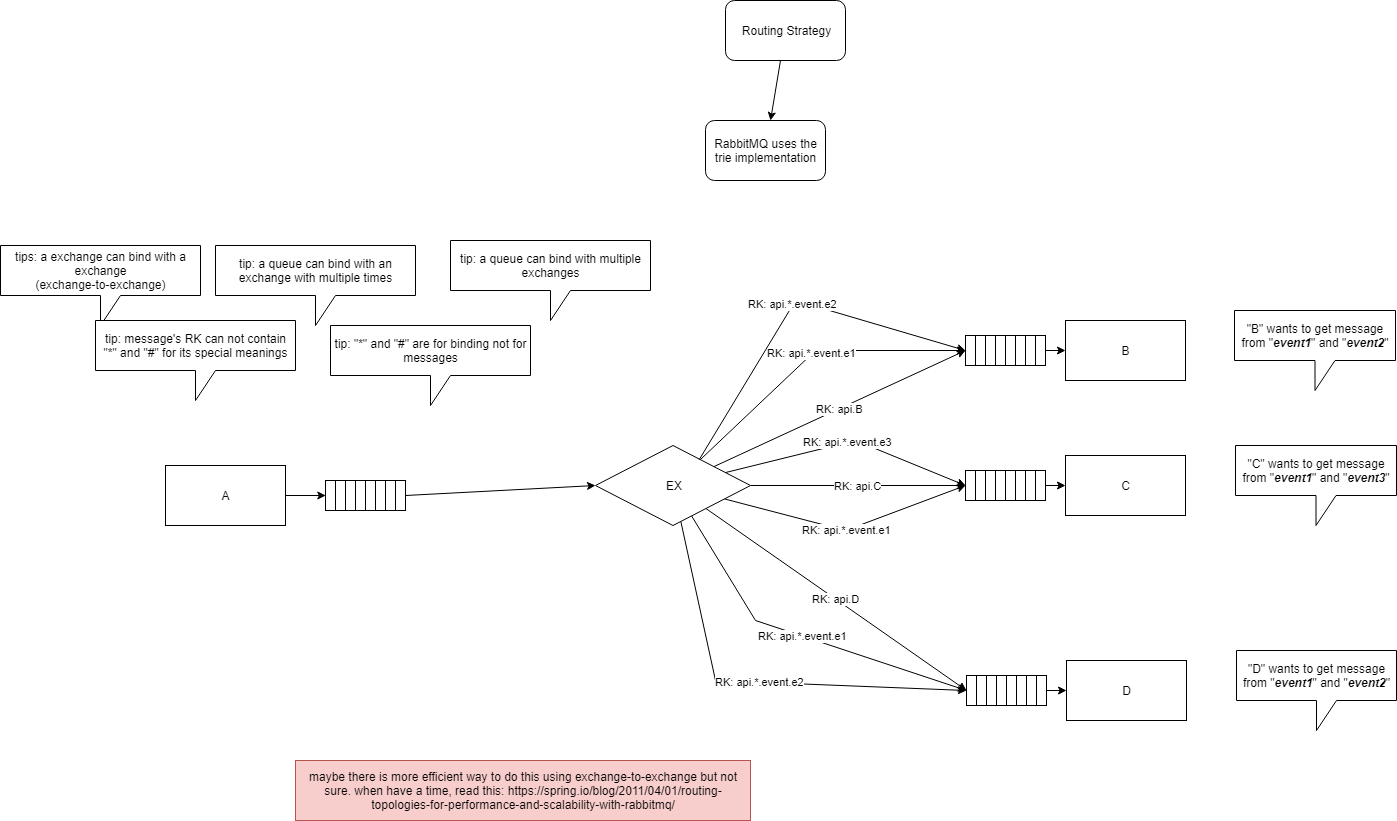
Above: RabbitMQ_Routing_Strategy.PNG in stsiwo/ddd_concept (draw.io), before the change. Source tidied: cells renumbered, new cells last; positions are measured from the earlier drawing's top-left corner, leaving out a move shared by most shapes.
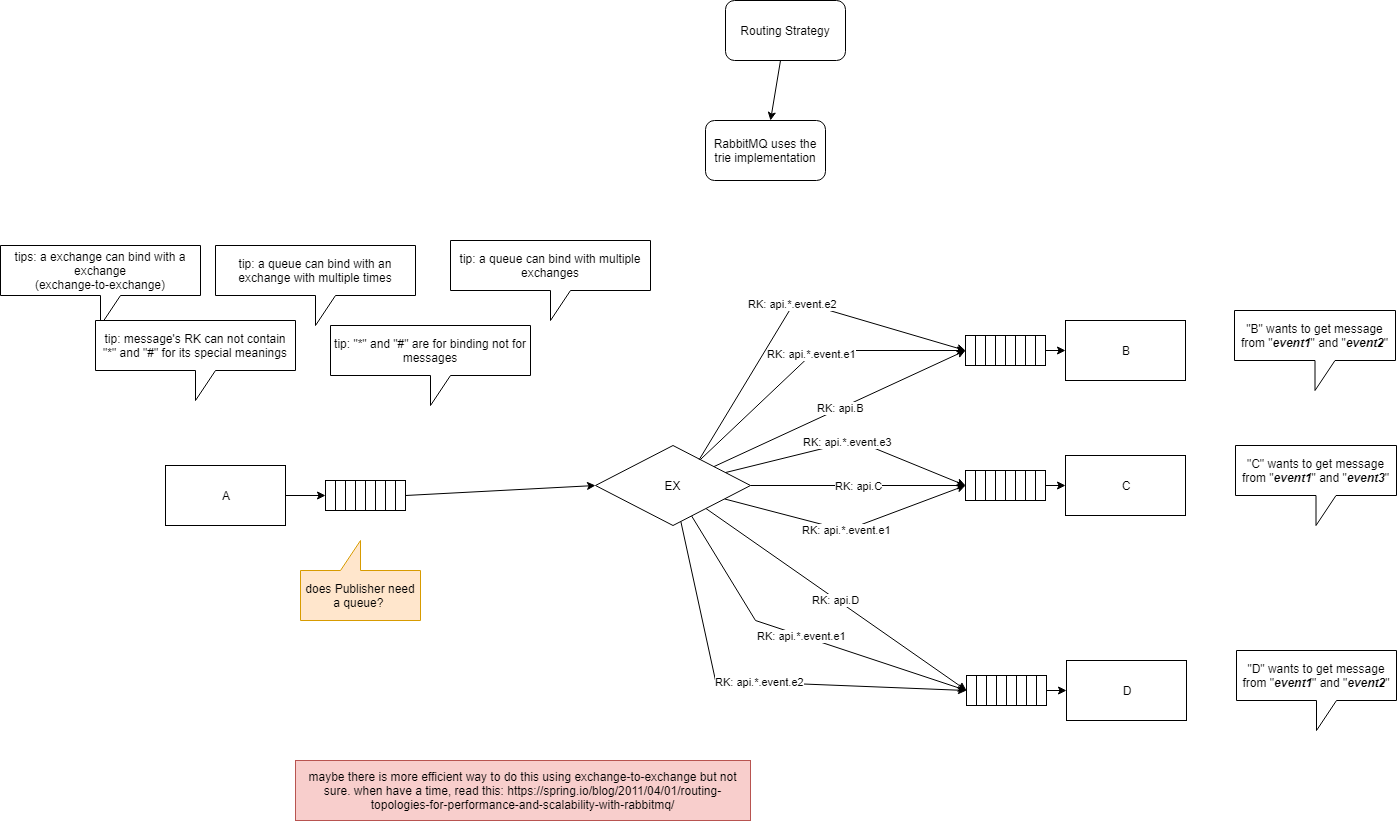
Above is the later version.

The edit, as a diff of the source:
```diff
@@ -237,5 +237,8 @@
     <mxCell id="71" value="maybe there is more efficient way to do this using exchange-to-exchange but not sure. when have a time, read this:&amp;nbsp;&lt;a href=&quot;https://spring.io/blog/2011/04/01/routing-topologies-for-performance-and-scalability-with-rabbitmq/&quot;&gt;https://spring.io/blog/2011/04/01/routing-topologies-for-performance-and-scalability-with-rabbitmq/&lt;/a&gt;" style="rounded=0;whiteSpace=wrap;html=1;fillColor=#f8cecc;strokeColor=#b85450;" parent="1" vertex="1">
       <mxGeometry x="295" y="760" width="455" height="60" as="geometry" />
     </mxCell>
+    <mxCell id="72" value="does Publisher need a queue?&amp;nbsp;" style="shape=callout;whiteSpace=wrap;html=1;perimeter=calloutPerimeter;direction=west;fillColor=#ffe6cc;strokeColor=#d79b00;" parent="1" vertex="1">
+      <mxGeometry x="300" y="540" width="120" height="80" as="geometry" />
+    </mxCell>
   </root>
 </mxGraphModel>
```
